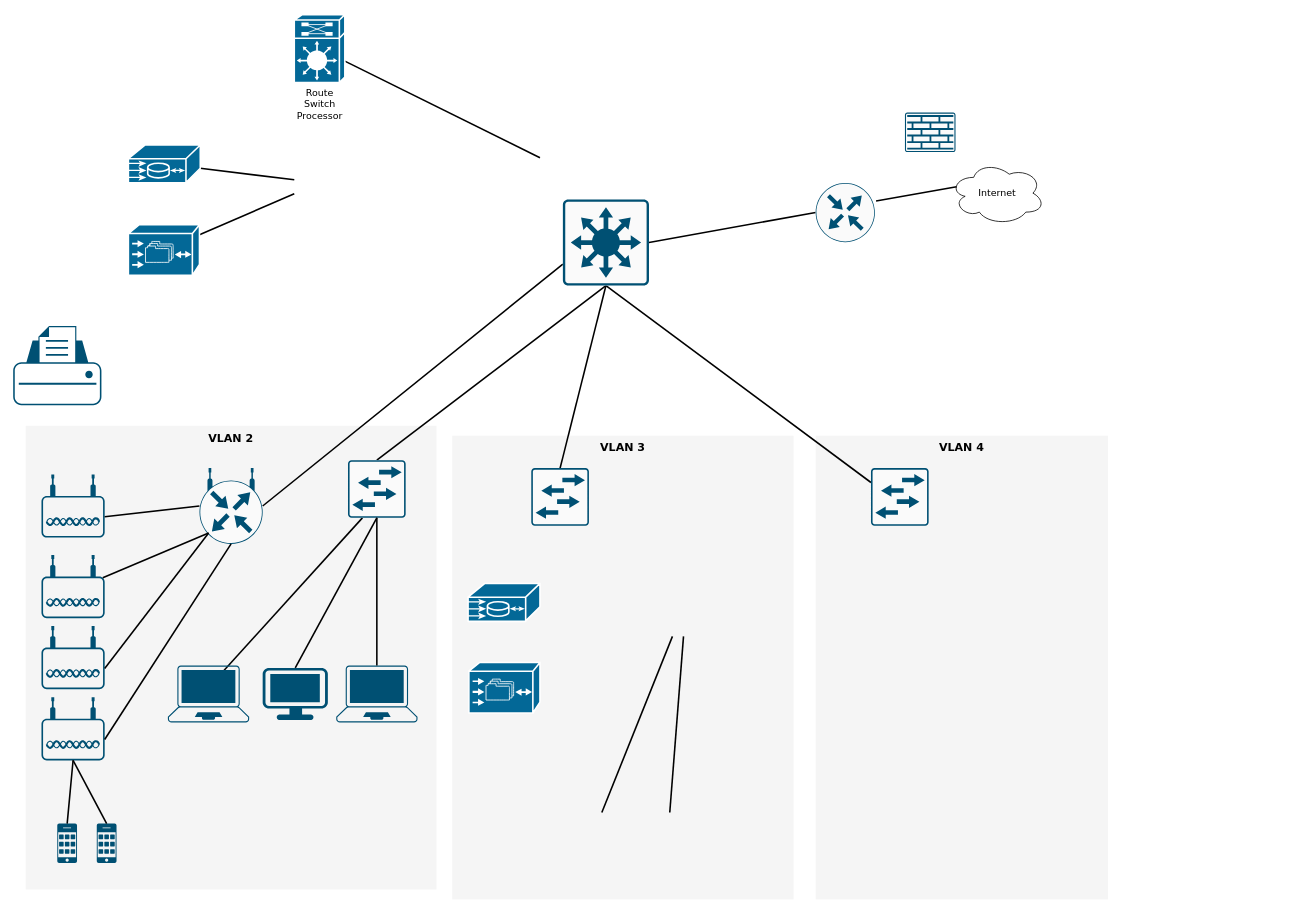
Earlier version of the draw.io diagram 未命名绘图.drawio (hayden-pzhou/drawioChart). Source tidied: cells renumbered, new cells numbered last; positions are measured from the earlier drawing's top-left corner, leaving out a move shared by most shapes. Both pictures are drawn from the tidied source at 79%, with x=0, y=0 at pixel (13, 14).
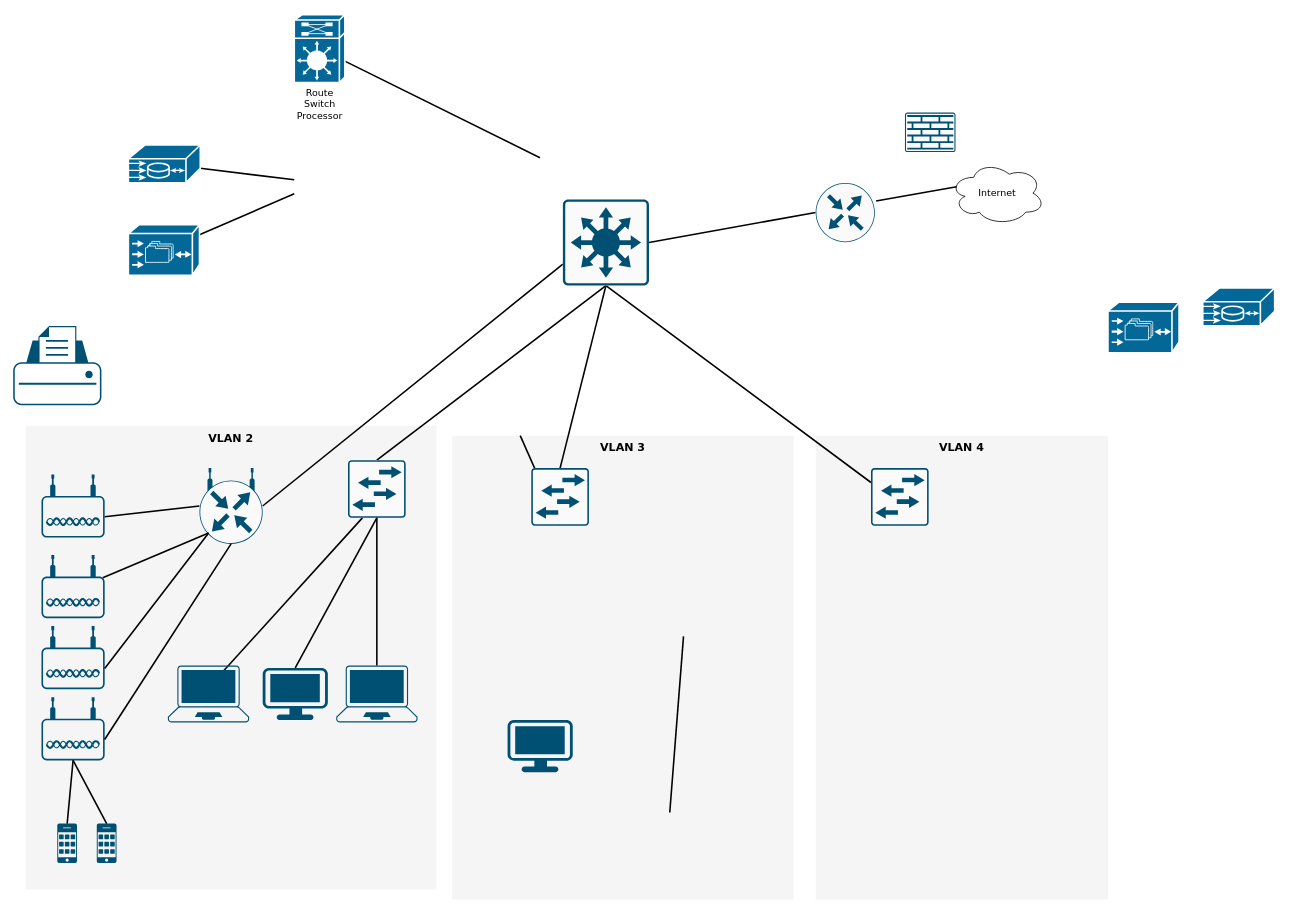
The same page after the edit.

Commit message (it also covers changes not shown here):
更新未命名绘图.drawio

The change refers to these unchanged cells:
```xml
<mxCell id="3" value="VLAN 3" style="whiteSpace=wrap;html=1;rounded=0;shadow=0;comic=0;strokeWidth=1;fontFamily=Verdana;fontSize=14;fillColor=#f5f5f5;strokeColor=none;fontStyle=1;verticalAlign=top;" parent="1" vertex="1">
  <mxGeometry x="556" y="533" width="432" height="587" as="geometry" />
</mxCell>
<mxCell id="29" style="sketch=0;points=[[0.015,0.015,0],[0.985,0.015,0],[0.985,0.985,0],[0.015,0.985,0],[0.25,0,0],[0.5,0,0],[0.75,0,0],[1,0.25,0],[1,0.5,0],[1,0.75,0],[0.75,1,0],[0.5,1,0],[0.25,1,0],[0,0.75,0],[0,0.5,0],[0,0.25,0]];verticalLabelPosition=bottom;html=1;verticalAlign=top;align=center;shape=mxgraph.cisco19.rect;prIcon=l2_switch;fillColor=#FAFAFA;strokeColor=#005073;" parent="1" vertex="1">
  <mxGeometry x="656" y="574" width="73" height="73" as="geometry" />
</mxCell>
```

Diff of the diagram source:
```diff
@@
     <mxCell id="17" style="shape=mxgraph.cisco.misc.me1100;html=1;dashed=0;fillColor=#036897;strokeColor=#ffffff;strokeWidth=2;verticalLabelPosition=bottom;verticalAlign=top;rounded=0;shadow=0;comic=0;fontFamily=Verdana;fontSize=12;" parent="1" vertex="1">
-      <mxGeometry x="576" y="720" width="91" height="48" as="geometry" />
+      <mxGeometry x="1506" y="346" width="91" height="48" as="geometry" />
     </mxCell>
     <mxCell id="18" style="shape=mxgraph.cisco.storage.cisco_file_engine;html=1;dashed=0;fillColor=#036897;strokeColor=#ffffff;strokeWidth=2;verticalLabelPosition=bottom;verticalAlign=top;rounded=0;shadow=0;comic=0;fontFamily=Verdana;fontSize=12;" parent="1" vertex="1">
-      <mxGeometry x="577" y="820" width="90" height="64" as="geometry" />
+      <mxGeometry x="1386" y="364" width="90" height="64" as="geometry" />
     </mxCell>
@@
-    <mxCell id="20" style="edgeStyle=none;html=1;labelBackgroundColor=none;startFill=0;endArrow=none;endFill=0;strokeWidth=2;fontFamily=Verdana;fontSize=12;" parent="1" edge="1">
-      <mxGeometry relative="1" as="geometry">
-        <mxPoint x="834.7" y="787" as="sourcePoint" />
-        <mxPoint x="745.3" y="1010" as="targetPoint" />
-      </mxGeometry>
+    <mxCell id="20" style="edgeStyle=none;html=1;labelBackgroundColor=none;startFill=0;endArrow=none;endFill=0;strokeWidth=2;fontFamily=Verdana;fontSize=12;entryX=0.5;entryY=1;entryDx=0;entryDy=0;entryPerimeter=0;" parent="1" edge="1" source="3" target="29">
+      <mxGeometry relative="1" as="geometry" />
     </mxCell>
@@
+    <mxCell id="48" style="verticalLabelPosition=bottom;sketch=0;html=1;verticalAlign=top;align=center;shape=mxgraph.cisco19.workstation;fillColor=#005073;strokeColor=none;" parent="1" vertex="1">
+      <mxGeometry x="626" y="893" width="82.5" height="66" as="geometry" />
+    </mxCell>
```
